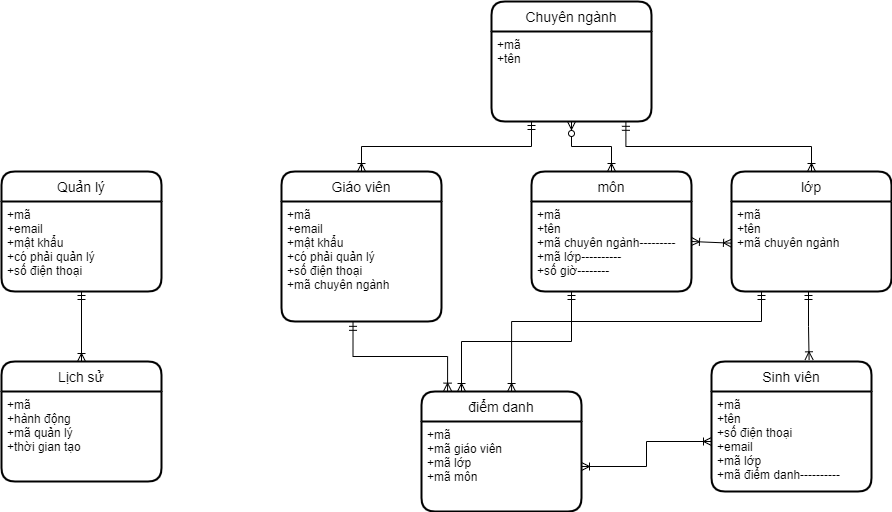
ngothanhthien/group1-j2school-project2 keeps this draw.io diagram as tai-lieu/so-do-thuc-the.png. Above is the earlier version. Source tidied: cells renumbered, new cells last; positions are measured from the earlier drawing's top-left corner, leaving out a move shared by most shapes.
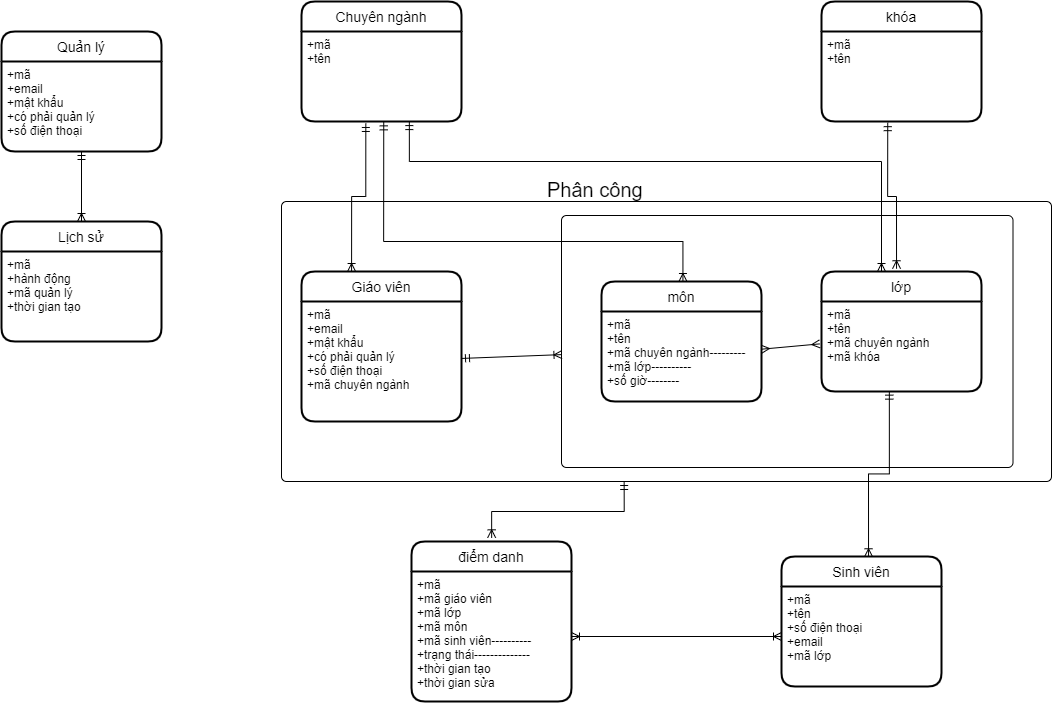
The same diagram one commit later.

The edit, as a diff of the source:
```diff
@@ -3,91 +3,110 @@
     <mxCell id="0" />
     <mxCell id="1" parent="0" />
     <mxCell id="2" value="Quản lý" style="swimlane;horizontal=1;startSize=30;rounded=1;fontSize=14;fontStyle=0;strokeWidth=2;shadow=0;dashed=0;align=center;" parent="1" vertex="1">
-      <mxGeometry y="170" width="160" height="120" as="geometry" />
+      <mxGeometry x="-40" y="-110" width="160" height="120" as="geometry" />
     </mxCell>
     <mxCell id="3" value="+mã&#10;+email&#10;+mật khẩu&#10;+có phải quản lý&#10;+số điện thoại" style="align=left;strokeColor=none;fillColor=none;spacingLeft=4;fontSize=12;verticalAlign=top;" parent="2" vertex="1">
       <mxGeometry y="30" width="160" height="90" as="geometry" />
     </mxCell>
     <mxCell id="4" value="Lịch sử" style="swimlane;horizontal=1;startSize=30;rounded=1;fontSize=14;fontStyle=0;strokeWidth=2;shadow=0;dashed=0;align=center;" parent="1" vertex="1">
-      <mxGeometry y="360" width="160" height="120" as="geometry" />
+      <mxGeometry x="-40" y="80" width="160" height="120" as="geometry" />
     </mxCell>
     <mxCell id="5" value="+mã&#10;+hành động&#10;+mã quản lý&#10;+thời gian tạo" style="align=left;strokeColor=none;fillColor=none;spacingLeft=4;fontSize=12;verticalAlign=top;" parent="4" vertex="1">
       <mxGeometry y="30" width="160" height="90" as="geometry" />
     </mxCell>
-    <mxCell id="6" value="Giáo viên" style="swimlane;horizontal=1;startSize=30;rounded=1;fontSize=14;fontStyle=0;strokeWidth=2;shadow=0;dashed=0;align=center;" parent="1" vertex="1">
-      <mxGeometry x="280" y="170" width="160" height="150" as="geometry" />
-    </mxCell>
-    <mxCell id="7" value="+mã&#10;+email&#10;+mật khẩu&#10;+có phải quản lý&#10;+số điện thoại&#10;+mã chuyên ngành" style="align=left;strokeColor=none;fillColor=none;spacingLeft=4;fontSize=12;verticalAlign=top;" parent="6" vertex="1">
-      <mxGeometry y="30" width="160" height="120" as="geometry" />
-    </mxCell>
     <mxCell id="8" value="Chuyên ngành" style="swimlane;horizontal=1;startSize=30;rounded=1;fontSize=14;fontStyle=0;strokeWidth=2;shadow=0;dashed=0;align=center;" parent="1" vertex="1">
-      <mxGeometry x="490" width="160" height="120" as="geometry" />
+      <mxGeometry x="260" y="-140" width="160" height="120" as="geometry" />
     </mxCell>
     <mxCell id="9" value="+mã&#10;+tên" style="align=left;strokeColor=none;fillColor=none;spacingLeft=4;fontSize=12;verticalAlign=top;" parent="8" vertex="1">
       <mxGeometry y="30" width="160" height="90" as="geometry" />
     </mxCell>
-    <mxCell id="10" value="môn" style="swimlane;horizontal=1;startSize=30;rounded=1;fontSize=14;fontStyle=0;strokeWidth=2;shadow=0;dashed=0;align=center;" parent="1" vertex="1">
-      <mxGeometry x="530" y="170" width="160" height="120" as="geometry" />
-    </mxCell>
-    <mxCell id="11" value="+mã&#10;+tên&#10;+mã chuyên ngành---------&#10;+mã lớp----------&#10;+số giờ--------" style="align=left;strokeColor=none;fillColor=none;spacingLeft=4;fontSize=12;verticalAlign=top;" parent="10" vertex="1">
-      <mxGeometry y="30" width="160" height="90" as="geometry" />
-    </mxCell>
     <mxCell id="12" style="fontSize=12;html=1;endArrow=ERoneToMany;startArrow=ERmandOne;rounded=0;entryX=0.5;entryY=0;entryDx=0;entryDy=0;" parent="1" edge="1" source="3" target="4">
       <mxGeometry relative="1" as="geometry" />
     </mxCell>
-    <mxCell id="13" style="fontSize=12;html=1;endArrow=ERoneToMany;startArrow=ERmandOne;rounded=0;entryX=0.5;entryY=0;entryDx=0;entryDy=0;exitX=0.25;exitY=1;exitDx=0;exitDy=0;edgeStyle=orthogonalEdgeStyle;" parent="1" edge="1" source="9" target="6">
-      <mxGeometry relative="1" as="geometry" />
-    </mxCell>
-    <mxCell id="14" value="lớp" style="swimlane;horizontal=1;startSize=30;rounded=1;fontSize=14;fontStyle=0;strokeWidth=2;shadow=0;dashed=0;align=center;" parent="1" vertex="1">
-      <mxGeometry x="730" y="170" width="160" height="120" as="geometry" />
-    </mxCell>
-    <mxCell id="15" value="+mã&#10;+tên&#10;+mã chuyên ngành" style="align=left;strokeColor=none;fillColor=none;spacingLeft=4;fontSize=12;verticalAlign=top;" parent="14" vertex="1">
-      <mxGeometry y="30" width="160" height="90" as="geometry" />
-    </mxCell>
-    <mxCell id="16" style="edgeStyle=orthogonalEdgeStyle;fontSize=12;html=1;endArrow=ERoneToMany;startArrow=ERmandOne;rounded=0;entryX=0.61;entryY=-0.013;entryDx=0;entryDy=0;entryPerimeter=0;" parent="14" edge="1" target="18">
-      <mxGeometry relative="1" as="geometry">
-        <mxPoint x="77" y="120" as="sourcePoint" />
-      </mxGeometry>
-    </mxCell>
-    <mxCell id="17" style="edgeStyle=orthogonalEdgeStyle;fontSize=12;html=1;endArrow=ERoneToMany;startArrow=ERmandOne;rounded=0;exitX=0.84;exitY=1.009;exitDx=0;exitDy=0;exitPerimeter=0;entryX=0.5;entryY=0;entryDx=0;entryDy=0;" parent="1" edge="1" source="9" target="14">
-      <mxGeometry relative="1" as="geometry" />
-    </mxCell>
     <mxCell id="18" value="Sinh viên" style="swimlane;horizontal=1;startSize=30;rounded=1;fontSize=14;fontStyle=0;strokeWidth=2;shadow=0;dashed=0;align=center;" parent="1" vertex="1">
-      <mxGeometry x="710" y="360" width="160" height="130" as="geometry" />
+      <mxGeometry x="740" y="415" width="160" height="130" as="geometry" />
     </mxCell>
-    <mxCell id="19" value="+mã&#10;+tên&#10;+số điện thoại&#10;+email&#10;+mã lớp&#10;+mã điểm danh----------" style="align=left;strokeColor=none;fillColor=none;spacingLeft=4;fontSize=12;verticalAlign=top;" parent="18" vertex="1">
+    <mxCell id="19" value="+mã&#10;+tên&#10;+số điện thoại&#10;+email&#10;+mã lớp" style="align=left;strokeColor=none;fillColor=none;spacingLeft=4;fontSize=12;verticalAlign=top;" parent="18" vertex="1">
       <mxGeometry y="30" width="160" height="100" as="geometry" />
     </mxCell>
-    <mxCell id="20" style="edgeStyle=orthogonalEdgeStyle;fontSize=12;html=1;endArrow=ERoneToMany;startArrow=ERzeroToMany;rounded=0;exitX=0.5;exitY=1;exitDx=0;exitDy=0;entryX=0.5;entryY=0;entryDx=0;entryDy=0;" parent="1" edge="1" source="9" target="10">
-      <mxGeometry relative="1" as="geometry" />
-    </mxCell>
     <mxCell id="21" value="điểm danh" style="swimlane;horizontal=1;startSize=30;rounded=1;fontSize=14;fontStyle=0;strokeWidth=2;shadow=0;dashed=0;align=center;" parent="1" vertex="1">
-      <mxGeometry x="420" y="390" width="160" height="120" as="geometry" />
+      <mxGeometry x="370" y="400" width="160" height="160" as="geometry" />
     </mxCell>
-    <mxCell id="22" value="+mã&#10;+mã giáo viên&#10;+mã lớp&#10;+mã môn" style="align=left;strokeColor=none;fillColor=none;spacingLeft=4;fontSize=12;verticalAlign=top;" parent="21" vertex="1">
-      <mxGeometry y="30" width="160" height="90" as="geometry" />
+    <mxCell id="22" value="+mã&#10;+mã giáo viên&#10;+mã lớp&#10;+mã môn&#10;+mã sinh viên----------&#10;+trạng thái--------------&#10;+thời gian tạo&#10;+thời gian sửa" style="align=left;strokeColor=none;fillColor=none;spacingLeft=4;fontSize=12;verticalAlign=top;" parent="21" vertex="1">
+      <mxGeometry y="30" width="160" height="130" as="geometry" />
     </mxCell>
     <mxCell id="23" style="edgeStyle=orthogonalEdgeStyle;fontSize=12;html=1;endArrow=ERoneToMany;startArrow=ERoneToMany;rounded=0;entryX=0;entryY=0.5;entryDx=0;entryDy=0;" parent="1" edge="1" source="22" target="19">
       <mxGeometry relative="1" as="geometry" />
     </mxCell>
-    <mxCell id="24" style="edgeStyle=orthogonalEdgeStyle;fontSize=12;html=1;endArrow=ERoneToMany;startArrow=ERmandOne;rounded=0;exitX=0.447;exitY=1.007;exitDx=0;exitDy=0;exitPerimeter=0;entryX=0.163;entryY=-0.003;entryDx=0;entryDy=0;entryPerimeter=0;" parent="1" edge="1" source="7" target="21">
-      <mxGeometry relative="1" as="geometry" />
-    </mxCell>
-    <mxCell id="25" style="edgeStyle=orthogonalEdgeStyle;fontSize=12;html=1;endArrow=ERoneToMany;startArrow=ERmandOne;rounded=0;exitX=0.25;exitY=1;exitDx=0;exitDy=0;entryX=0.25;entryY=0;entryDx=0;entryDy=0;" parent="1" edge="1" source="11" target="21">
-      <mxGeometry relative="1" as="geometry" />
-    </mxCell>
-    <mxCell id="26" style="fontSize=12;html=1;endArrow=ERoneToMany;startArrow=ERoneToMany;rounded=0;" parent="1" edge="1" target="15">
-      <mxGeometry relative="1" as="geometry">
-        <mxPoint x="690" y="240" as="sourcePoint" />
-      </mxGeometry>
-    </mxCell>
-    <mxCell id="27" style="edgeStyle=orthogonalEdgeStyle;fontSize=12;html=1;endArrow=ERoneToMany;startArrow=ERmandOne;rounded=0;entryX=0.563;entryY=0;entryDx=0;entryDy=0;entryPerimeter=0;" parent="1" edge="1" source="15" target="21">
-      <mxGeometry relative="1" as="geometry">
-        <Array as="points">
-          <mxPoint x="760" y="320" />
-          <mxPoint x="510" y="320" />
-        </Array>
-      </mxGeometry>
-    </mxCell>
+    <mxCell id="28" value="khóa" style="swimlane;horizontal=1;startSize=30;rounded=1;fontSize=14;fontStyle=0;strokeWidth=2;shadow=0;dashed=0;align=center;" parent="1" vertex="1">
+      <mxGeometry x="780" y="-140" width="160" height="120" as="geometry" />
+    </mxCell>
+    <mxCell id="29" value="+mã&#10;+tên" style="align=left;strokeColor=none;fillColor=none;spacingLeft=4;fontSize=12;verticalAlign=top;" parent="28" vertex="1">
+      <mxGeometry y="30" width="160" height="90" as="geometry" />
+    </mxCell>
+    <mxCell id="30" style="rounded=1;absoluteArcSize=1;html=1;arcSize=10;" parent="1" vertex="1">
+      <mxGeometry x="240" y="60" width="770" height="280" as="geometry" />
+    </mxCell>
+    <mxCell id="31" style="html=1;shape=mxgraph.er.anchor;whiteSpace=wrap;" parent="30" vertex="1">
+      <mxGeometry width="385" height="280" as="geometry" />
+    </mxCell>
+    <mxCell id="32" style="rounded=1;absoluteArcSize=1;html=1;arcSize=10;whiteSpace=wrap;points=[];strokeColor=inherit;fillColor=inherit;" parent="30" vertex="1">
+      <mxGeometry x="280" y="14" width="451.5" height="252" as="geometry" />
+    </mxCell>
+    <mxCell id="6" value="Giáo viên" style="swimlane;horizontal=1;startSize=30;rounded=1;fontSize=14;fontStyle=0;strokeWidth=2;shadow=0;dashed=0;align=center;" parent="30" vertex="1">
+      <mxGeometry x="20" y="70" width="160" height="150" as="geometry" />
+    </mxCell>
+    <mxCell id="7" value="+mã&#10;+email&#10;+mật khẩu&#10;+có phải quản lý&#10;+số điện thoại&#10;+mã chuyên ngành" style="align=left;strokeColor=none;fillColor=none;spacingLeft=4;fontSize=12;verticalAlign=top;" parent="6" vertex="1">
+      <mxGeometry y="30" width="160" height="120" as="geometry" />
+    </mxCell>
+    <mxCell id="33" style="fontSize=12;html=1;endArrow=ERoneToMany;startArrow=ERmandOne;rounded=0;entryX=0.001;entryY=0.552;entryDx=0;entryDy=0;entryPerimeter=0;" parent="30" edge="1" source="7" target="32">
+      <mxGeometry relative="1" as="geometry" />
+    </mxCell>
+    <mxCell id="14" value="lớp" style="swimlane;horizontal=1;startSize=30;rounded=1;fontSize=14;fontStyle=0;strokeWidth=2;shadow=0;dashed=0;align=center;" parent="30" vertex="1">
+      <mxGeometry x="540" y="70" width="160" height="120" as="geometry" />
+    </mxCell>
+    <mxCell id="34" value="+mã&#10;+tên&#10;+mã chuyên ngành&#10;+mã khóa" style="align=left;strokeColor=none;fillColor=none;spacingLeft=4;fontSize=12;verticalAlign=top;" parent="14" vertex="1">
+      <mxGeometry y="30" width="160" height="90" as="geometry" />
+    </mxCell>
+    <mxCell id="10" value="môn" style="swimlane;horizontal=1;startSize=30;rounded=1;fontSize=14;fontStyle=0;strokeWidth=2;shadow=0;dashed=0;align=center;" parent="30" vertex="1">
+      <mxGeometry x="320" y="80" width="160" height="120" as="geometry" />
+    </mxCell>
+    <mxCell id="11" value="+mã&#10;+tên&#10;+mã chuyên ngành---------&#10;+mã lớp----------&#10;+số giờ--------" style="align=left;strokeColor=none;fillColor=none;spacingLeft=4;fontSize=12;verticalAlign=top;" parent="10" vertex="1">
+      <mxGeometry y="30" width="160" height="90" as="geometry" />
+    </mxCell>
+    <mxCell id="35" style="fontSize=12;html=1;endArrow=ERmany;startArrow=ERmany;rounded=0;entryX=-0.011;entryY=0.471;entryDx=0;entryDy=0;entryPerimeter=0;" parent="30" edge="1" source="11" target="34">
+      <mxGeometry relative="1" as="geometry" />
+    </mxCell>
+    <mxCell id="36" value="Phân công" style="text;strokeColor=none;fillColor=none;spacingLeft=4;spacingRight=4;overflow=hidden;fontSize=20;" parent="1" vertex="1">
+      <mxGeometry x="500" y="30" width="130" height="30" as="geometry" />
+    </mxCell>
+    <mxCell id="13" style="edgeStyle=orthogonalEdgeStyle;fontSize=12;html=1;endArrow=ERoneToMany;startArrow=ERmandOne;rounded=0;exitX=0.402;exitY=1.022;exitDx=0;exitDy=0;exitPerimeter=0;entryX=0.313;entryY=0;entryDx=0;entryDy=0;entryPerimeter=0;" parent="1" edge="1" source="9" target="6">
+      <mxGeometry relative="1" as="geometry" />
+    </mxCell>
+    <mxCell id="37" style="edgeStyle=orthogonalEdgeStyle;fontSize=12;html=1;endArrow=ERoneToMany;startArrow=ERmandOne;rounded=0;exitX=0.414;exitY=1.013;exitDx=0;exitDy=0;exitPerimeter=0;entryX=0.469;entryY=-0.023;entryDx=0;entryDy=0;entryPerimeter=0;" parent="1" edge="1" source="29" target="14">
+      <mxGeometry relative="1" as="geometry" />
+    </mxCell>
+    <mxCell id="20" style="edgeStyle=orthogonalEdgeStyle;fontSize=12;html=1;endArrow=ERoneToMany;startArrow=ERmandOne;rounded=0;exitX=0.514;exitY=1.004;exitDx=0;exitDy=0;exitPerimeter=0;entryX=0.509;entryY=0;entryDx=0;entryDy=0;entryPerimeter=0;" parent="1" edge="1" source="9" target="10">
+      <mxGeometry relative="1" as="geometry">
+        <Array as="points">
+          <mxPoint x="342" y="100" />
+          <mxPoint x="641" y="100" />
+        </Array>
+      </mxGeometry>
+    </mxCell>
+    <mxCell id="38" style="edgeStyle=orthogonalEdgeStyle;fontSize=12;html=1;endArrow=ERoneToMany;startArrow=ERmandOne;rounded=0;exitX=0.445;exitY=1;exitDx=0;exitDy=0;exitPerimeter=0;entryX=0.501;entryY=-0.023;entryDx=0;entryDy=0;entryPerimeter=0;" parent="1" edge="1" source="30" target="21">
+      <mxGeometry relative="1" as="geometry" />
+    </mxCell>
+    <mxCell id="39" style="fontSize=12;html=1;endArrow=ERoneToMany;startArrow=ERmandOne;rounded=0;exitX=0.424;exitY=0.996;exitDx=0;exitDy=0;exitPerimeter=0;entryX=0.544;entryY=0.002;entryDx=0;entryDy=0;entryPerimeter=0;edgeStyle=orthogonalEdgeStyle;" parent="1" edge="1" source="34" target="18">
+      <mxGeometry relative="1" as="geometry" />
+    </mxCell>
+    <mxCell id="17" style="edgeStyle=orthogonalEdgeStyle;fontSize=12;html=1;endArrow=ERoneToMany;startArrow=ERmandOne;rounded=0;exitX=0.674;exitY=1.001;exitDx=0;exitDy=0;exitPerimeter=0;entryX=0.375;entryY=0;entryDx=0;entryDy=0;entryPerimeter=0;" parent="1" edge="1" source="9" target="14">
+      <mxGeometry relative="1" as="geometry">
+        <Array as="points">
+          <mxPoint x="368" y="20" />
+          <mxPoint x="840" y="20" />
+        </Array>
+      </mxGeometry>
+    </mxCell>
   </root>
 </mxGraphModel>
```
